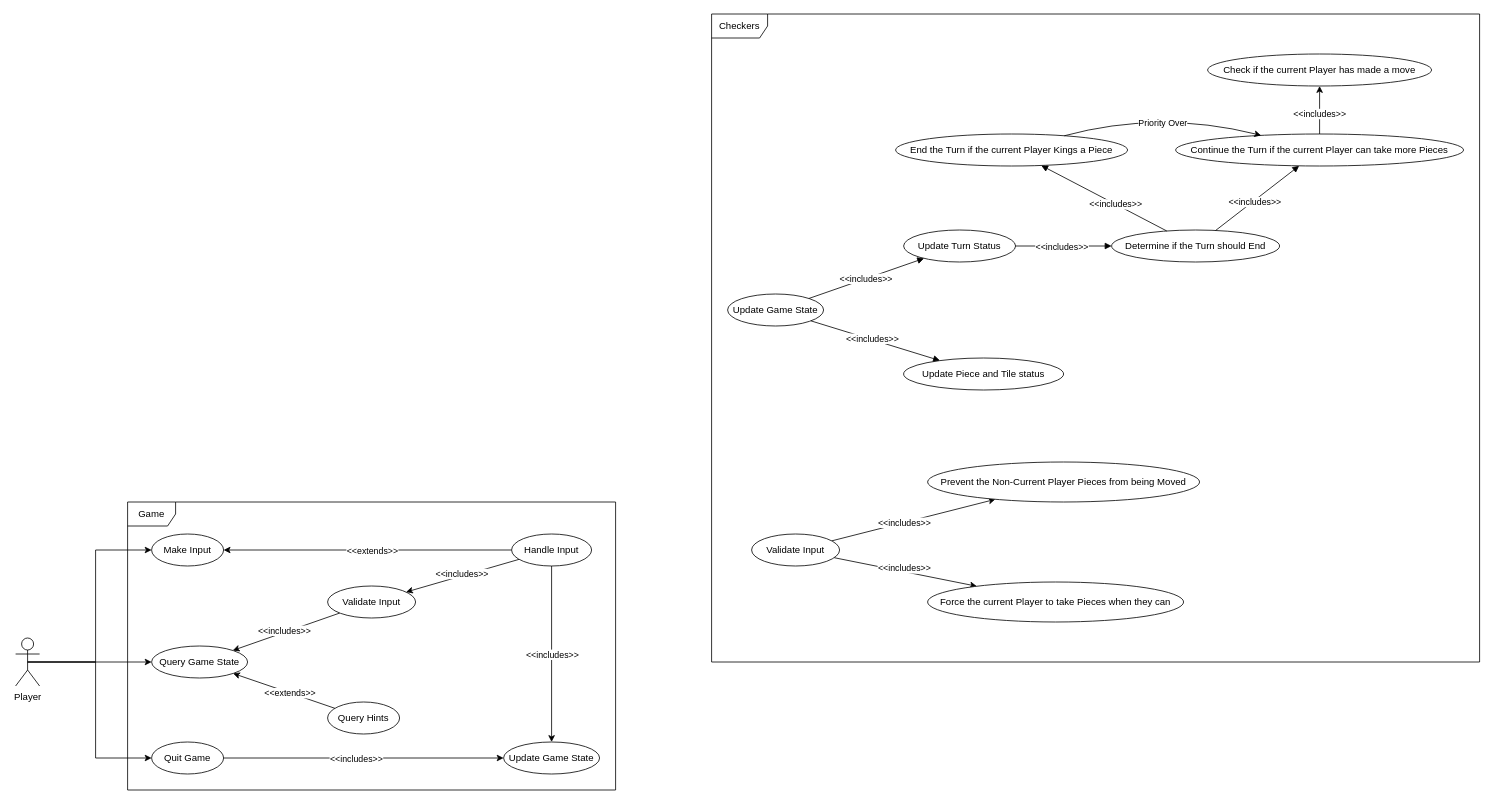
The draw.io diagram page "General" (1 of 2) of GameUseCases.drawio in illiteratewaffle/RetroArcade, before the edit. Source tidied: cells renumbered, new cells numbered last; positions are measured from the earlier drawing's top-left corner, leaving out a move shared by most shapes. Both pictures are drawn from the tidied source at 80%, with x=0, y=0 at pixel (15, 14).
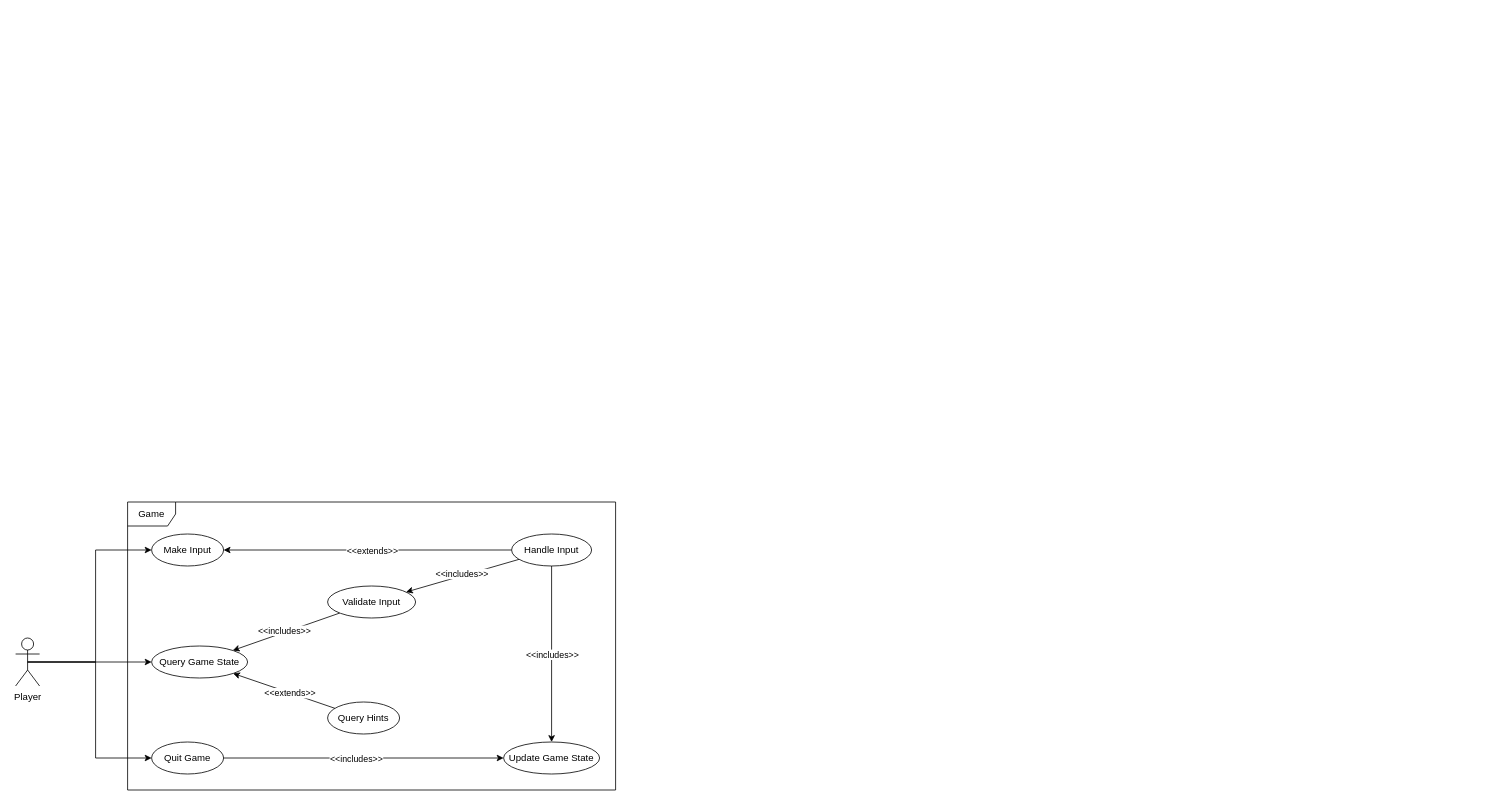
The same page after the edit.

Commit message (it also covers changes not shown here):
Completed the Use Case Diagram for Checkers, after integrating with the file in the Logic_team_Checkers_Junk branch.

The edit, as a diff of the source:
```diff
@@
-    <mxCell id="26" value="Checkers" style="shape=umlFrame;whiteSpace=wrap;html=1;width=70;height=30;" parent="1" vertex="1">
-      <mxGeometry x="870" width="960" height="810" as="geometry" />
-    </mxCell>
-    <mxCell id="27" value="Update Game State" style="ellipse;whiteSpace=wrap;html=1;" parent="1" vertex="1">
-      <mxGeometry x="890" y="350" width="120" height="40" as="geometry" />
-    </mxCell>
-    <mxCell id="28" style="rounded=0;jettySize=auto;html=1;endArrow=block;endFill=1;" parent="1" edge="1" source="27" target="30">
-      <mxGeometry relative="1" as="geometry" />
-    </mxCell>
-    <mxCell id="29" value="&amp;lt;&amp;lt;includes&amp;gt;&amp;gt;" style="edgeLabel;html=1;align=center;verticalAlign=middle;" parent="28" vertex="1">
-      <mxGeometry x="-0.01" relative="1" as="geometry" />
-    </mxCell>
-    <mxCell id="30" value="Update Turn Status" style="ellipse;whiteSpace=wrap;html=1;" parent="1" vertex="1">
-      <mxGeometry x="1110" y="270" width="140" height="40" as="geometry" />
-    </mxCell>
-    <mxCell id="31" style="rounded=0;jettySize=auto;html=1;endArrow=block;endFill=1;" parent="1" edge="1" source="27" target="33">
-      <mxGeometry relative="1" as="geometry" />
-    </mxCell>
-    <mxCell id="32" value="&amp;lt;&amp;lt;includes&amp;gt;&amp;gt;" style="edgeLabel;html=1;align=center;verticalAlign=middle;" parent="31" vertex="1">
-      <mxGeometry x="0.04" y="-1" relative="1" as="geometry">
-        <mxPoint x="-7" y="-5" as="offset" />
-      </mxGeometry>
-    </mxCell>
-    <mxCell id="33" value="Update Piece and Tile status" style="ellipse;whiteSpace=wrap;html=1;" parent="1" vertex="1">
-      <mxGeometry x="1110" y="430" width="200" height="40" as="geometry" />
-    </mxCell>
-    <mxCell id="34" style="edgeStyle=orthogonalEdgeStyle;rounded=0;jettySize=auto;html=1;endArrow=block;endFill=1;" parent="1" edge="1" source="30" target="36">
-      <mxGeometry relative="1" as="geometry" />
-    </mxCell>
-    <mxCell id="35" value="&amp;lt;&amp;lt;includes&amp;gt;&amp;gt;" style="edgeLabel;html=1;align=center;verticalAlign=middle;" parent="34" vertex="1">
-      <mxGeometry x="-0.23" relative="1" as="geometry">
-        <mxPoint x="11" as="offset" />
-      </mxGeometry>
-    </mxCell>
-    <mxCell id="36" value="Determine if the Turn should End" style="ellipse;whiteSpace=wrap;html=1;" parent="1" vertex="1">
-      <mxGeometry x="1370" y="270" width="210" height="40" as="geometry" />
-    </mxCell>
-    <mxCell id="37" style="rounded=0;jettySize=auto;html=1;endArrow=block;endFill=1;" parent="1" edge="1" source="36" target="39">
-      <mxGeometry relative="1" as="geometry" />
-    </mxCell>
-    <mxCell id="38" value="&amp;lt;&amp;lt;includes&amp;gt;&amp;gt;" style="edgeLabel;html=1;align=center;verticalAlign=middle;" parent="37" vertex="1">
-      <mxGeometry x="-0.17" relative="1" as="geometry" />
-    </mxCell>
-    <mxCell id="39" value="End the Turn if the current Player Kings a Piece" style="ellipse;whiteSpace=wrap;html=1;" parent="1" vertex="1">
-      <mxGeometry x="1100" y="150" width="290" height="40" as="geometry" />
-    </mxCell>
-    <mxCell id="40" style="rounded=0;jettySize=auto;html=1;endArrow=block;endFill=1;" parent="1" edge="1" source="36" target="42">
-      <mxGeometry relative="1" as="geometry" />
-    </mxCell>
-    <mxCell id="41" value="&amp;lt;&amp;lt;includes&amp;gt;&amp;gt;" style="edgeLabel;html=1;align=center;verticalAlign=middle;" parent="40" vertex="1">
-      <mxGeometry x="-0.09" y="-1" relative="1" as="geometry" />
-    </mxCell>
-    <mxCell id="42" value="Continue the Turn if the current Player can take more Pieces" style="ellipse;whiteSpace=wrap;html=1;" parent="1" vertex="1">
-      <mxGeometry x="1450" y="150" width="360" height="40" as="geometry" />
-    </mxCell>
-    <mxCell id="43" style="edgeStyle=orthogonalEdgeStyle;rounded=0;jettySize=auto;html=1;" parent="1" edge="1" source="42" target="45">
-      <mxGeometry relative="1" as="geometry" />
-    </mxCell>
-    <mxCell id="44" value="&amp;lt;&amp;lt;includes&amp;gt;&amp;gt;" style="edgeLabel;html=1;align=center;verticalAlign=middle;" parent="43" vertex="1">
-      <mxGeometry x="-0.13" y="1" relative="1" as="geometry" />
-    </mxCell>
-    <mxCell id="45" value="Check if the current Player has made a move" style="ellipse;whiteSpace=wrap;html=1;" parent="1" vertex="1">
-      <mxGeometry x="1490" y="50" width="280" height="40" as="geometry" />
-    </mxCell>
-    <mxCell id="46" style="rounded=0;jettySize=auto;html=1;" parent="1" edge="1" source="50" target="53">
-      <mxGeometry relative="1" as="geometry" />
-    </mxCell>
-    <mxCell id="47" value="&amp;lt;&amp;lt;includes&amp;gt;&amp;gt;" style="edgeLabel;html=1;align=center;verticalAlign=middle;" parent="46" vertex="1">
-      <mxGeometry x="-0.07" y="-1" relative="1" as="geometry">
-        <mxPoint x="-5" as="offset" />
-      </mxGeometry>
-    </mxCell>
-    <mxCell id="48" style="rounded=0;jettySize=auto;html=1;" parent="1" edge="1" source="50" target="54">
-      <mxGeometry relative="1" as="geometry" />
-    </mxCell>
-    <mxCell id="49" value="&amp;lt;&amp;lt;includes&amp;gt;&amp;gt;" style="edgeLabel;html=1;align=center;verticalAlign=middle;" parent="48" vertex="1">
-      <mxGeometry x="-0.2" y="1" relative="1" as="geometry">
-        <mxPoint x="15" as="offset" />
-      </mxGeometry>
-    </mxCell>
-    <mxCell id="50" value="Validate Input" style="ellipse;whiteSpace=wrap;html=1;" parent="1" vertex="1">
-      <mxGeometry x="920" y="650" width="110" height="40" as="geometry" />
-    </mxCell>
-    <mxCell id="51" style="curved=1;endArrow=classic;html=1;rounded=0;" parent="1" edge="1" source="39" target="42">
-      <mxGeometry relative="1" as="geometry">
-        <Array as="points">
-          <mxPoint x="1430" y="120" />
-        </Array>
-      </mxGeometry>
-    </mxCell>
-    <mxCell id="52" value="Priority Over" style="edgeLabel;html=1;align=center;verticalAlign=middle;" parent="51" vertex="1">
-      <mxGeometry x="-0.16" y="-9" relative="1" as="geometry">
-        <mxPoint x="17" y="3" as="offset" />
-      </mxGeometry>
-    </mxCell>
-    <mxCell id="53" value="Prevent the Non-Current Player Pieces from being Moved" style="ellipse;whiteSpace=wrap;html=1;" parent="1" vertex="1">
-      <mxGeometry x="1140" y="560" width="340" height="50" as="geometry" />
-    </mxCell>
-    <mxCell id="54" value="Force the current Player to take Pieces when they can" style="ellipse;whiteSpace=wrap;html=1;" parent="1" vertex="1">
-      <mxGeometry x="1140" y="710" width="320" height="50" as="geometry" />
-    </mxCell>
```
